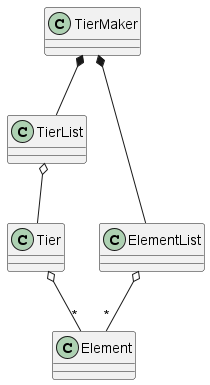
The PlantUML diagram out/docs/DomainModel/index/DomainModel.png in marcos-velasquez/tier-maker, before a commit. Source of this version:
```plantuml
@startuml DomainModel

class TierMaker {}
class TierList {}
class Tier {}
class Element {}
class ElementList {}

TierMaker *-- TierList
TierMaker *-- ElementList

TierList o-- Tier
ElementList o-- "*" Element

Tier o-- "*" Element

@enduml
```
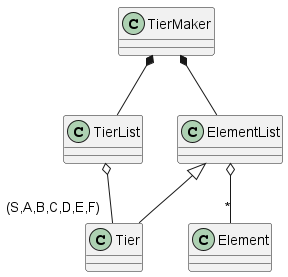
The same file after the commit.

Commit message:
feat(docs) update domain model

Change to the diagram source:
```diff
@@ -9,9 +9,9 @@
 TierMaker *-- TierList
 TierMaker *-- ElementList
 
-TierList o-- Tier
+TierList o-- "(S,A,B,C,D,E,F)" Tier
 ElementList o-- "*" Element
 
-Tier o-- "*" Element
+ElementList <|-- Tier
 
 @enduml
```
